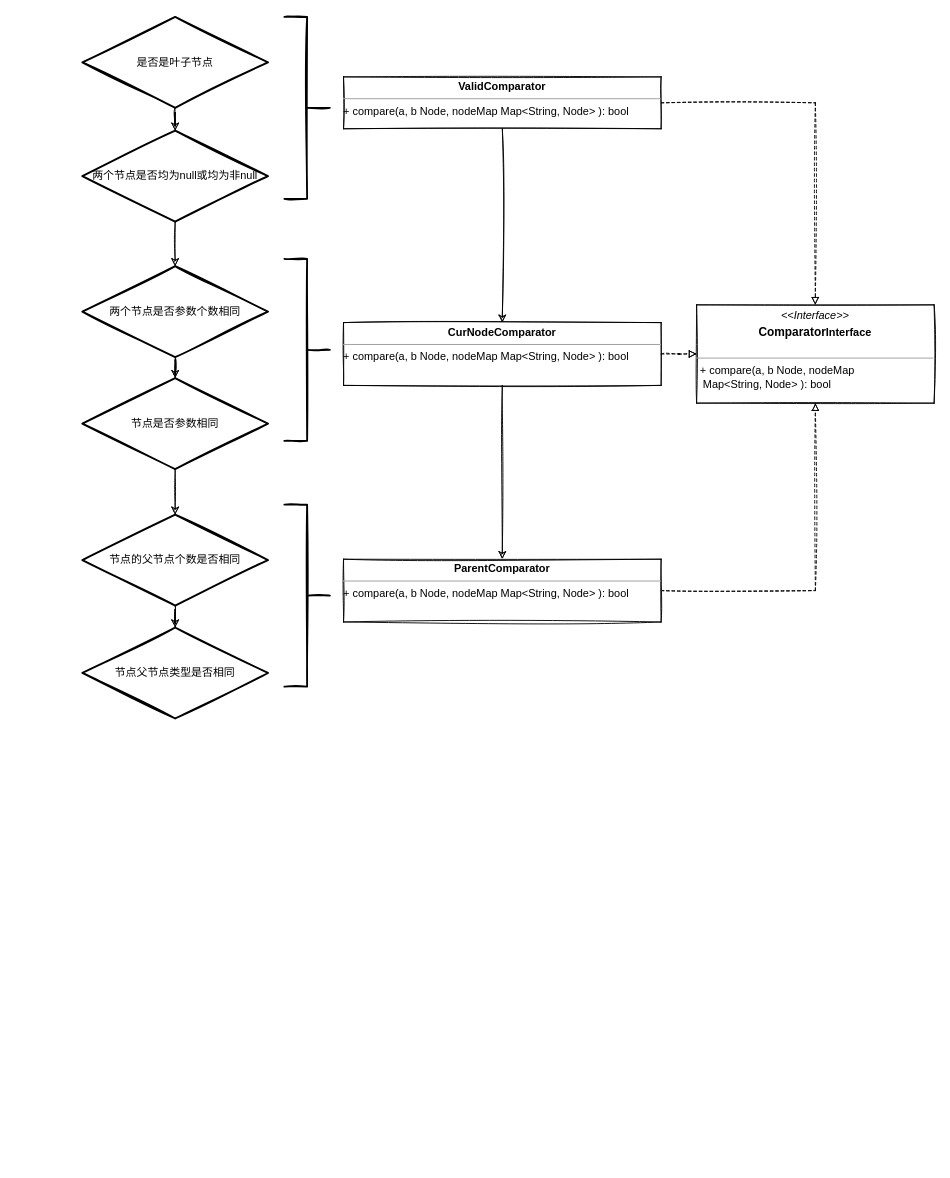
Above: page "Page-7" (7 of 7) of 未命名绘图.drawio in nullbull/uml (draw.io), before the change. Source tidied: cells renumbered, new cells numbered last; positions are measured from the earlier drawing's top-left corner, leaving out a move shared by most shapes. Both pictures are drawn from the tidied source at 91%, with x=0, y=0 at pixel (15, 16).
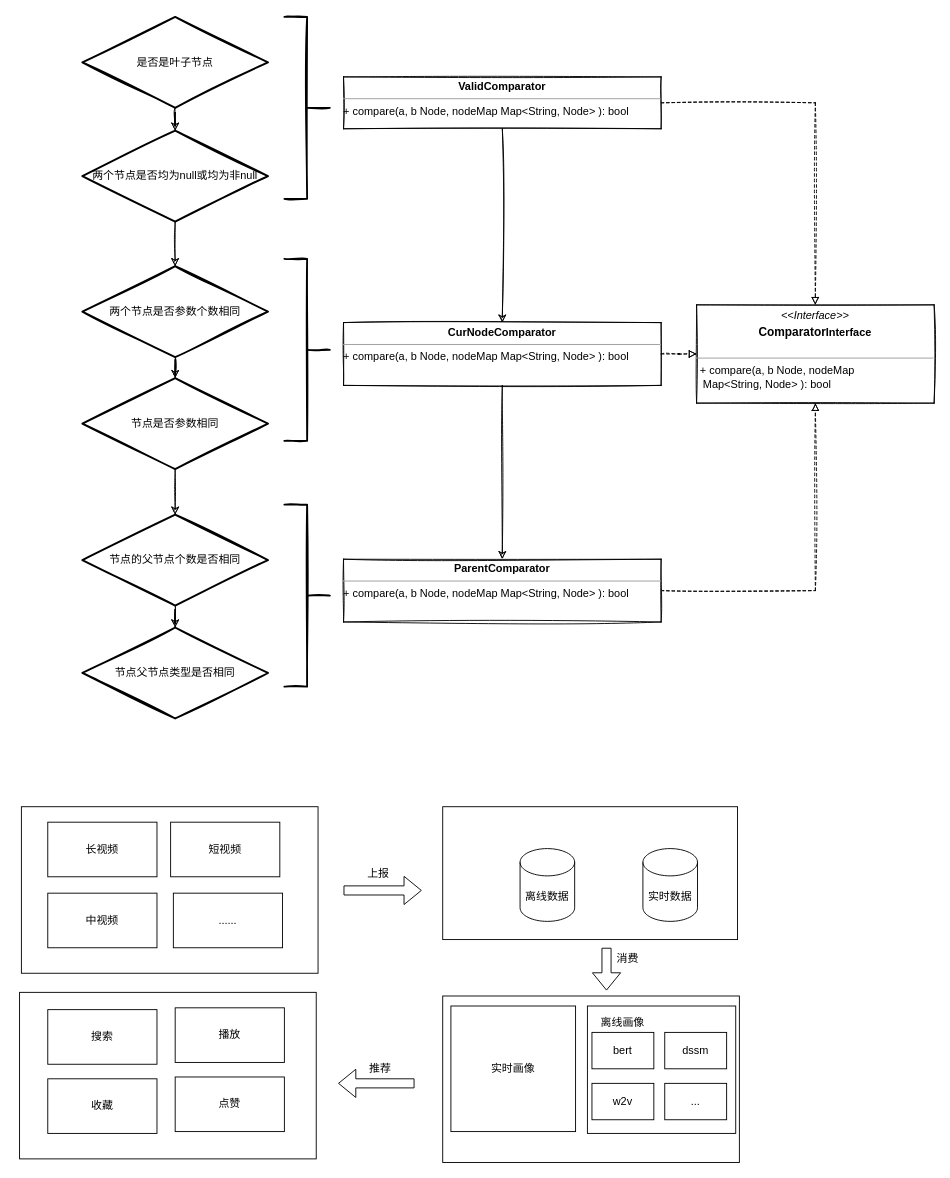
The same diagram, later.

Commit message:
Update 未命名绘图.drawio

The edit, as a diff of the source:
```diff
@@
+    <mxCell id="26" style="rounded=0;whiteSpace=wrap;html=1;" parent="1" vertex="1">
+      <mxGeometry x="469" y="1076" width="326" height="183" as="geometry" />
+    </mxCell>
+    <mxCell id="27" style="rounded=0;whiteSpace=wrap;html=1;" parent="1" vertex="1">
+      <mxGeometry x="469" y="868" width="324" height="146" as="geometry" />
+    </mxCell>
+    <mxCell id="28" style="rounded=0;whiteSpace=wrap;html=1;" parent="1" vertex="1">
+      <mxGeometry x="4" y="1072" width="326" height="183" as="geometry" />
+    </mxCell>
+    <mxCell id="29" style="rounded=0;whiteSpace=wrap;html=1;" parent="1" vertex="1">
+      <mxGeometry x="6" y="868" width="326" height="183" as="geometry" />
+    </mxCell>
@@
+    <mxCell id="30" value="长视频" style="rounded=0;whiteSpace=wrap;html=1;" parent="1" vertex="1">
+      <mxGeometry x="35" y="885" width="120" height="60" as="geometry" />
+    </mxCell>
+    <mxCell id="31" value="短视频" style="rounded=0;whiteSpace=wrap;html=1;" parent="1" vertex="1">
+      <mxGeometry x="170" y="885" width="120" height="60" as="geometry" />
+    </mxCell>
+    <mxCell id="32" value="中视频" style="rounded=0;whiteSpace=wrap;html=1;" parent="1" vertex="1">
+      <mxGeometry x="35" y="963" width="120" height="60" as="geometry" />
+    </mxCell>
+    <mxCell id="33" value="......" style="rounded=0;whiteSpace=wrap;html=1;" parent="1" vertex="1">
+      <mxGeometry x="173" y="963" width="120" height="60" as="geometry" />
+    </mxCell>
+    <mxCell id="34" value="搜索" style="rounded=0;whiteSpace=wrap;html=1;" parent="1" vertex="1">
+      <mxGeometry x="35" y="1091" width="120" height="60" as="geometry" />
+    </mxCell>
+    <mxCell id="35" value="播放" style="rounded=0;whiteSpace=wrap;html=1;" parent="1" vertex="1">
+      <mxGeometry x="175" y="1089" width="120" height="60" as="geometry" />
+    </mxCell>
+    <mxCell id="36" value="收藏" style="rounded=0;whiteSpace=wrap;html=1;" parent="1" vertex="1">
+      <mxGeometry x="35" y="1167" width="120" height="60" as="geometry" />
+    </mxCell>
+    <mxCell id="37" value="点赞" style="rounded=0;whiteSpace=wrap;html=1;" parent="1" vertex="1">
+      <mxGeometry x="175" y="1165" width="120" height="60" as="geometry" />
+    </mxCell>
+    <mxCell id="38" value="离线数据" style="shape=cylinder3;whiteSpace=wrap;html=1;boundedLbl=1;backgroundOutline=1;size=15;" parent="1" vertex="1">
+      <mxGeometry x="554" y="914" width="60" height="80" as="geometry" />
+    </mxCell>
+    <mxCell id="39" value="实时数据" style="shape=cylinder3;whiteSpace=wrap;html=1;boundedLbl=1;backgroundOutline=1;size=15;" parent="1" vertex="1">
+      <mxGeometry x="689" y="914" width="60" height="80" as="geometry" />
+    </mxCell>
+    <mxCell id="40" value="实时画像" style="rounded=0;whiteSpace=wrap;html=1;" parent="1" vertex="1">
+      <mxGeometry x="478" y="1087" width="137" height="138" as="geometry" />
+    </mxCell>
+    <mxCell id="41" style="rounded=0;whiteSpace=wrap;html=1;" parent="1" vertex="1">
+      <mxGeometry x="628" y="1087" width="163" height="140" as="geometry" />
+    </mxCell>
+    <mxCell id="42" value="bert" style="rounded=0;whiteSpace=wrap;html=1;" parent="1" vertex="1">
+      <mxGeometry x="633" y="1116" width="68" height="40" as="geometry" />
+    </mxCell>
+    <mxCell id="43" value="w2v" style="rounded=0;whiteSpace=wrap;html=1;" parent="1" vertex="1">
+      <mxGeometry x="633" y="1172" width="68" height="40" as="geometry" />
+    </mxCell>
+    <mxCell id="44" value="dssm" style="rounded=0;whiteSpace=wrap;html=1;" parent="1" vertex="1">
+      <mxGeometry x="713" y="1116" width="68" height="40" as="geometry" />
+    </mxCell>
+    <mxCell id="45" value="..." style="rounded=0;whiteSpace=wrap;html=1;" parent="1" vertex="1">
+      <mxGeometry x="713" y="1172" width="68" height="40" as="geometry" />
+    </mxCell>
+    <mxCell id="46" value="离线画像" style="text;html=1;strokeColor=none;fillColor=none;align=center;verticalAlign=middle;whiteSpace=wrap;rounded=0;" parent="1" vertex="1">
+      <mxGeometry x="637" y="1091" width="60" height="30" as="geometry" />
+    </mxCell>
+    <mxCell id="47" style="shape=flexArrow;endArrow=classic;html=1;rounded=0;" parent="1" edge="1">
+      <mxGeometry relative="1" as="geometry">
+        <mxPoint x="360" y="960" as="sourcePoint" />
+        <mxPoint x="446" y="960" as="targetPoint" />
+      </mxGeometry>
+    </mxCell>
+    <mxCell id="48" value="上报" style="text;html=1;align=center;verticalAlign=middle;strokeColor=none;fillColor=none;" parent="1" vertex="1">
+      <mxGeometry x="381" y="933" width="34" height="18" as="geometry" />
+    </mxCell>
+    <mxCell id="49" style="shape=flexArrow;endArrow=classic;html=1;rounded=0;" parent="1" edge="1">
+      <mxGeometry relative="1" as="geometry">
+        <mxPoint x="438" y="1172" as="sourcePoint" />
+        <mxPoint x="354" y="1172" as="targetPoint" />
+      </mxGeometry>
+    </mxCell>
+    <mxCell id="50" value="推荐" style="text;html=1;align=center;verticalAlign=middle;strokeColor=none;fillColor=none;" parent="1" vertex="1">
+      <mxGeometry x="383" y="1147" width="34" height="18" as="geometry" />
+    </mxCell>
+    <mxCell id="51" style="shape=flexArrow;endArrow=classic;html=1;rounded=0;" parent="1" edge="1">
+      <mxGeometry relative="1" as="geometry">
+        <mxPoint x="649" y="1023" as="sourcePoint" />
+        <mxPoint x="649" y="1070" as="targetPoint" />
+      </mxGeometry>
+    </mxCell>
+    <mxCell id="52" value="消费" style="text;html=1;align=center;verticalAlign=middle;strokeColor=none;fillColor=none;" parent="1" vertex="1">
+      <mxGeometry x="655" y="1026" width="34" height="18" as="geometry" />
+    </mxCell>
```
